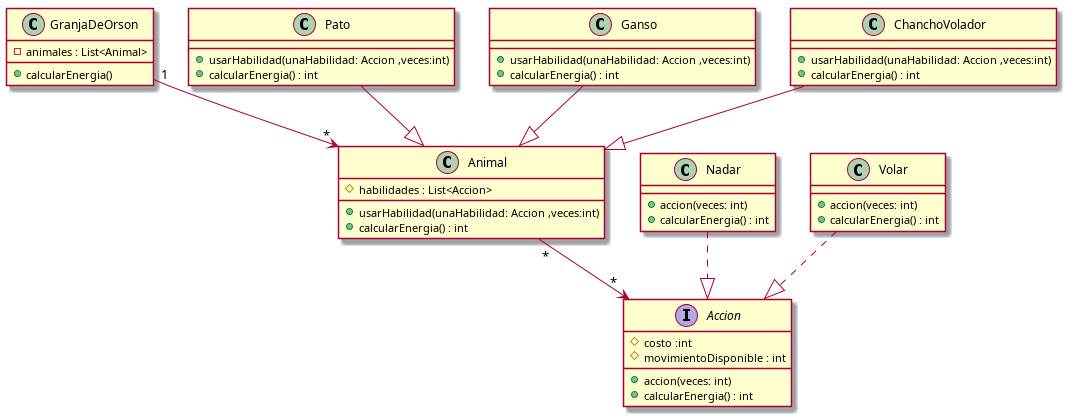
Mortha4/algoritmos3-parciales-Suarez keeps this PlantUML diagram as GranjaOrson1C2026/diagrama/clases.png. Above is the earlier version. Its source is kept beside it as GranjaOrson1C2026/diagrama/clases.puml.
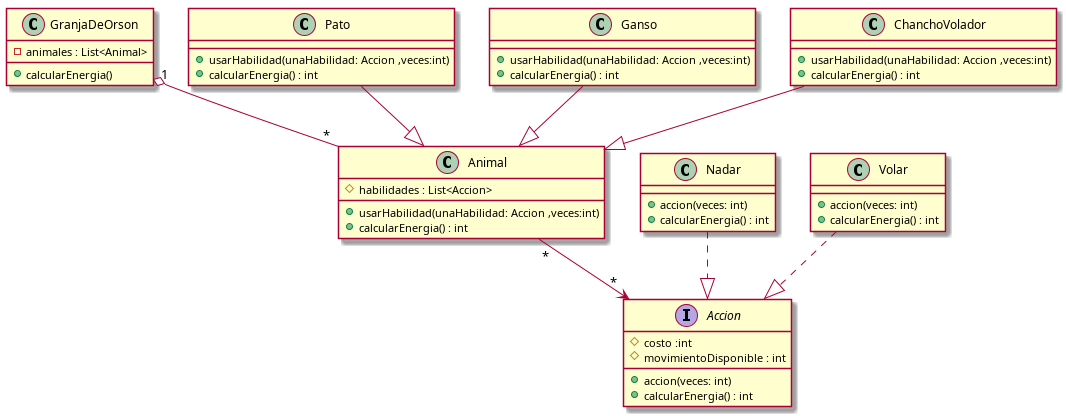
The same file after the commit.

Diff of the diagram source:
```diff
@@ -61,7 +61,7 @@
 Volar ..|> Accion
 Nadar ..|> Accion
 
-GranjaDeOrson "1" --> "*" Animal
+GranjaDeOrson "1" o-- "*" Animal
 ChanchoVolador --|> Animal
 Pato --|> Animal
 Ganso --|> Animal
```
